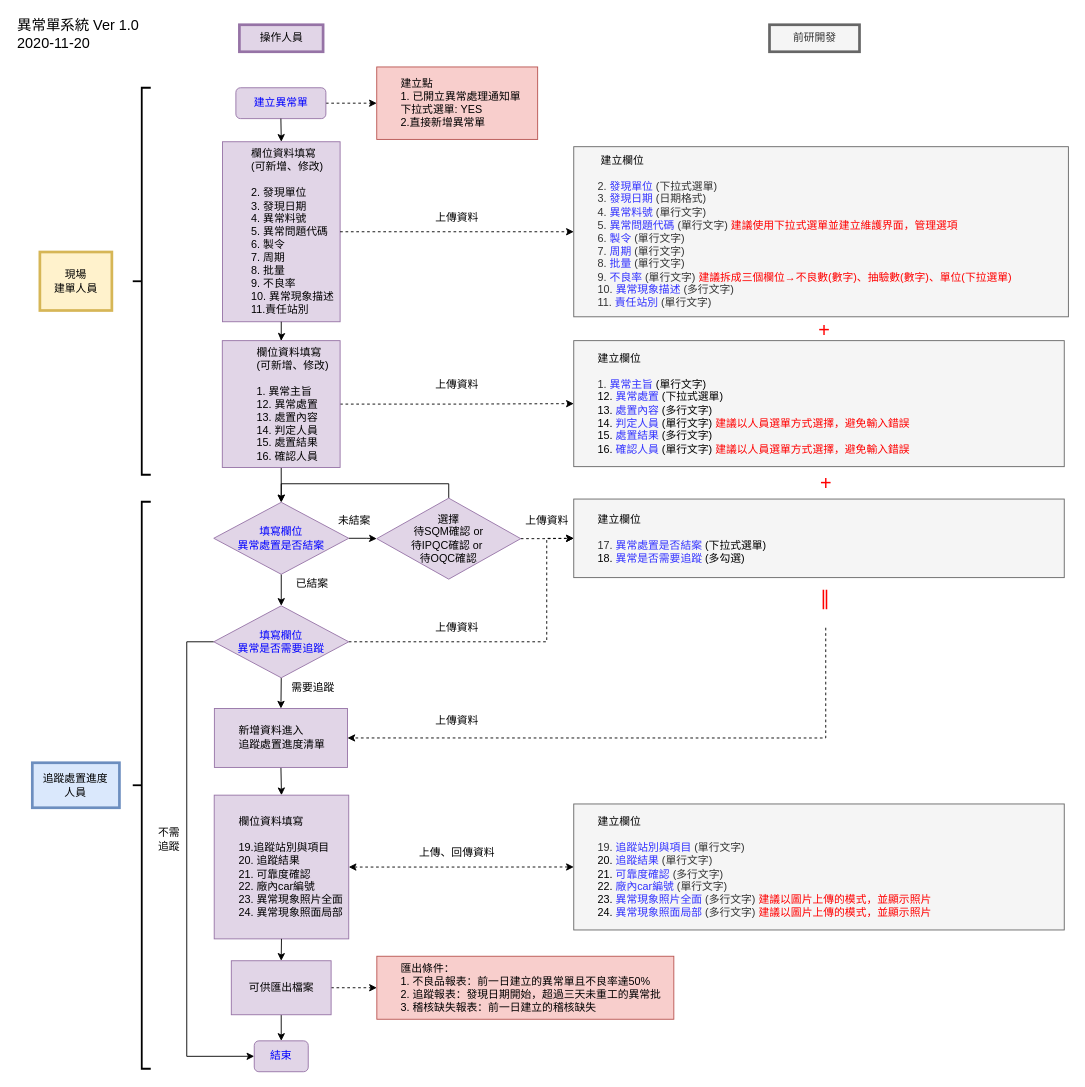
Before: 20201120.drawio in tinalolo/drowio, a draw.io diagram. Source tidied: cells renumbered, new cells numbered last; positions are measured from the earlier drawing's top-left corner, leaving out a move shared by most shapes. Both pictures are drawn from the tidied source at 90%, with x=0, y=0 at pixel (15, 15).
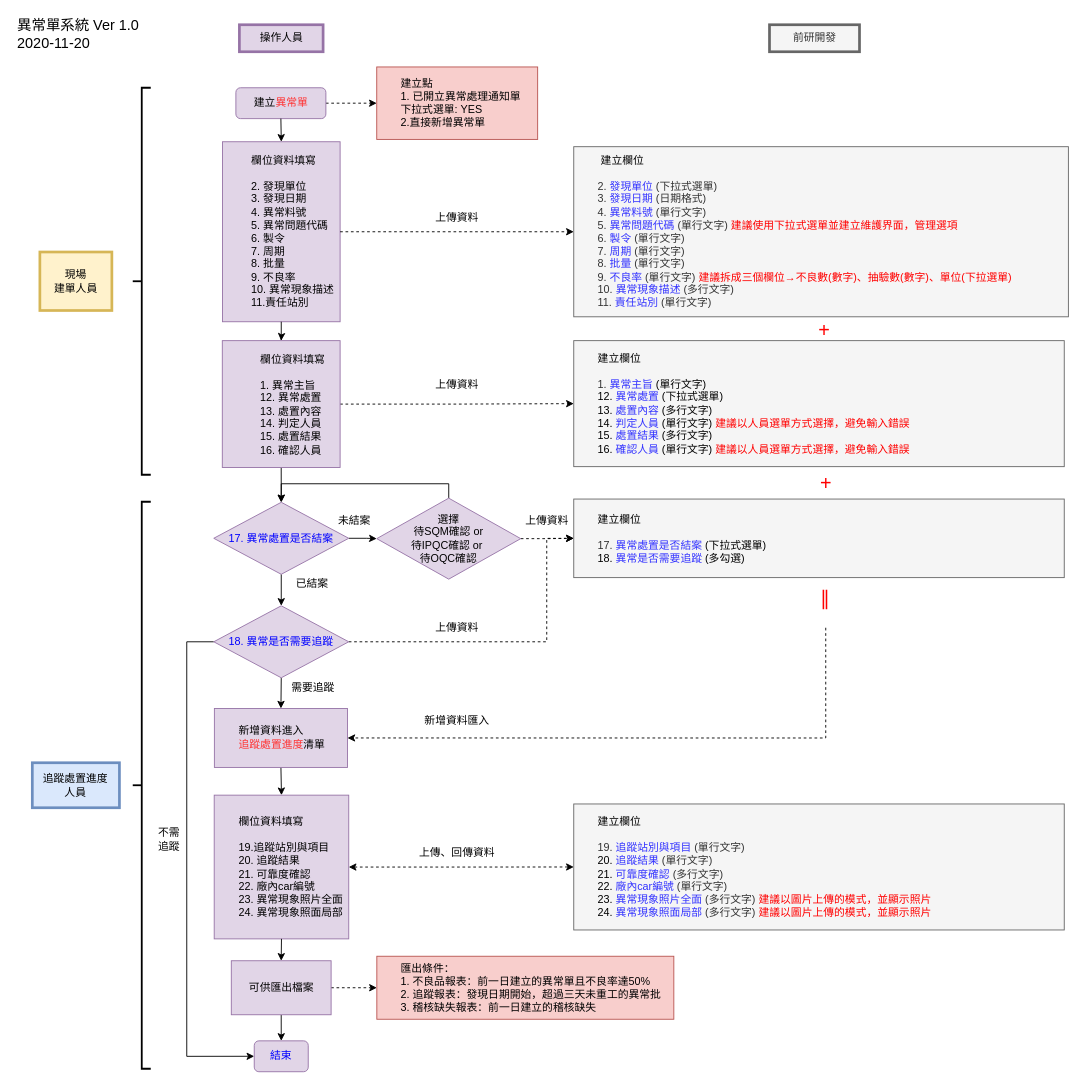
The same diagram, later.

Change to the diagram source:
```diff
@@
-    <mxCell id="9" value="&lt;font color=&quot;#0000ff&quot;&gt;建立異常單&lt;/font&gt;" style="rounded=1;whiteSpace=wrap;html=1;strokeColor=#9673a6;strokeWidth=1;align=center;fillColor=#e1d5e7;" parent="1" vertex="1">
+    <mxCell id="9" value="建立&lt;font color=&quot;#ff3333&quot;&gt;異常單&lt;/font&gt;" style="rounded=1;whiteSpace=wrap;html=1;strokeColor=#9673a6;strokeWidth=1;align=center;fillColor=#e1d5e7;" parent="1" vertex="1">
       <mxGeometry x="244.6" y="80" width="100" height="34.3" as="geometry" />
     </mxCell>
@@
-    <mxCell id="12" value="&lt;blockquote style=&quot;margin: 0 0 0 40px ; border: none ; padding: 0px&quot;&gt;&lt;span style=&quot;white-space: nowrap&quot;&gt;新增資料進入&lt;br&gt;追蹤處置進度清單&lt;br&gt;&lt;/span&gt;&lt;/blockquote&gt;" style="rounded=0;whiteSpace=wrap;html=1;align=left;labelBorderColor=none;fillColor=#e1d5e7;strokeColor=#9673a6;spacingLeft=-15;" parent="1" vertex="1">
+    <mxCell id="12" value="&lt;blockquote style=&quot;margin: 0 0 0 40px ; border: none ; padding: 0px&quot;&gt;&lt;span style=&quot;white-space: nowrap&quot;&gt;新增資料進入&lt;br&gt;&lt;font color=&quot;#ff3333&quot;&gt;追蹤處置進度&lt;/font&gt;清單&lt;br&gt;&lt;/span&gt;&lt;/blockquote&gt;" style="rounded=0;whiteSpace=wrap;html=1;align=left;labelBorderColor=none;fillColor=#e1d5e7;strokeColor=#9673a6;spacingLeft=-15;" parent="1" vertex="1">
       <mxGeometry x="220.7" y="769.7" width="147.9" height="65.5" as="geometry" />
     </mxCell>
-    <mxCell id="13" value="&lt;blockquote style=&quot;margin: 0 0 0 40px ; border: none ; padding: 0px&quot;&gt;&lt;div style=&quot;text-align: left&quot;&gt;&lt;span&gt;欄位資料填寫&lt;/span&gt;&lt;/div&gt;&lt;div style=&quot;text-align: left&quot;&gt;&lt;span&gt;(可新增、修改)&lt;/span&gt;&lt;/div&gt;&lt;div style=&quot;text-align: left&quot;&gt;&lt;span&gt;&lt;br&gt;&lt;/span&gt;&lt;/div&gt;&lt;div style=&quot;text-align: left&quot;&gt;&lt;span&gt;2. 發現單位&lt;/span&gt;&lt;/div&gt;&lt;div style=&quot;text-align: left&quot;&gt;&lt;span&gt;3. 發現日期&lt;/span&gt;&lt;/div&gt;&lt;div style=&quot;text-align: left&quot;&gt;&lt;span&gt;4. 異常料號&lt;/span&gt;&lt;/div&gt;&lt;div style=&quot;text-align: left&quot;&gt;&lt;span&gt;5. 異常問題代碼&lt;/span&gt;&lt;/div&gt;&lt;div style=&quot;text-align: left&quot;&gt;&lt;span&gt;6. 製令&lt;/span&gt;&lt;/div&gt;&lt;div style=&quot;text-align: left&quot;&gt;&lt;span&gt;7. 周期&lt;/span&gt;&lt;/div&gt;&lt;div style=&quot;text-align: left&quot;&gt;&lt;span&gt;8. 批量&lt;/span&gt;&lt;/div&gt;&lt;div style=&quot;text-align: left&quot;&gt;&lt;span&gt;9. 不良率&lt;/span&gt;&lt;/div&gt;&lt;div style=&quot;text-align: left&quot;&gt;&lt;span&gt;10. 異常現象描述&lt;/span&gt;&lt;/div&gt;&lt;div style=&quot;text-align: left&quot;&gt;&lt;span&gt;11.責任站別&lt;/span&gt;&lt;/div&gt;&lt;/blockquote&gt;" style="rounded=0;whiteSpace=wrap;html=1;align=center;labelBorderColor=none;fillColor=#e1d5e7;strokeColor=#9673a6;spacingLeft=-15;" parent="1" vertex="1">
+    <mxCell id="13" value="&lt;blockquote style=&quot;margin: 0 0 0 40px ; border: none ; padding: 0px&quot;&gt;&lt;div style=&quot;text-align: left&quot;&gt;&lt;span&gt;欄位資料填寫&lt;/span&gt;&lt;/div&gt;&lt;div style=&quot;text-align: left&quot;&gt;&lt;br&gt;&lt;/div&gt;&lt;div style=&quot;text-align: left&quot;&gt;&lt;span&gt;2. 發現單位&lt;/span&gt;&lt;/div&gt;&lt;div style=&quot;text-align: left&quot;&gt;&lt;span&gt;3. 發現日期&lt;/span&gt;&lt;/div&gt;&lt;div style=&quot;text-align: left&quot;&gt;&lt;span&gt;4. 異常料號&lt;/span&gt;&lt;/div&gt;&lt;div style=&quot;text-align: left&quot;&gt;&lt;span&gt;5. 異常問題代碼&lt;/span&gt;&lt;/div&gt;&lt;div style=&quot;text-align: left&quot;&gt;&lt;span&gt;6. 製令&lt;/span&gt;&lt;/div&gt;&lt;div style=&quot;text-align: left&quot;&gt;&lt;span&gt;7. 周期&lt;/span&gt;&lt;/div&gt;&lt;div style=&quot;text-align: left&quot;&gt;&lt;span&gt;8. 批量&lt;/span&gt;&lt;/div&gt;&lt;div style=&quot;text-align: left&quot;&gt;&lt;span&gt;9. 不良率&lt;/span&gt;&lt;/div&gt;&lt;div style=&quot;text-align: left&quot;&gt;&lt;span&gt;10. 異常現象描述&lt;/span&gt;&lt;/div&gt;&lt;div style=&quot;text-align: left&quot;&gt;&lt;span&gt;11.責任站別&lt;/span&gt;&lt;/div&gt;&lt;/blockquote&gt;" style="rounded=0;whiteSpace=wrap;html=1;align=center;labelBorderColor=none;fillColor=#e1d5e7;strokeColor=#9673a6;spacingLeft=-15;" parent="1" vertex="1">
       <mxGeometry x="229.7" y="140" width="130.7" height="200" as="geometry" />
     </mxCell>
@@
-    <mxCell id="20" value="&lt;span style=&quot;color: rgb(0 , 0 , 255)&quot;&gt;填寫欄位&lt;br&gt;異常處置是否結案&lt;/span&gt;" style="rhombus;whiteSpace=wrap;html=1;fillColor=#e1d5e7;strokeColor=#9673a6;" parent="1" vertex="1">
+    <mxCell id="20" value="&lt;span style=&quot;color: rgb(0 , 0 , 255)&quot;&gt;17. 異常處置是否結案&lt;/span&gt;" style="rhombus;whiteSpace=wrap;html=1;fillColor=#e1d5e7;strokeColor=#9673a6;" parent="1" vertex="1">
       <mxGeometry x="220" y="540.6" width="150" height="80" as="geometry" />
     </mxCell>
@@
-    <mxCell id="25" value="&lt;span style=&quot;color: rgb(0 , 0 , 255)&quot;&gt;填寫欄位&lt;br&gt;異常是否需要追蹤&lt;/span&gt;" style="rhombus;whiteSpace=wrap;html=1;fillColor=#e1d5e7;strokeColor=#9673a6;" parent="1" vertex="1">
+    <mxCell id="25" value="&lt;span style=&quot;color: rgb(0 , 0 , 255)&quot;&gt;18. 異常是否需要追蹤&lt;/span&gt;" style="rhombus;whiteSpace=wrap;html=1;fillColor=#e1d5e7;strokeColor=#9673a6;" parent="1" vertex="1">
       <mxGeometry x="220" y="655.6" width="150" height="80" as="geometry" />
     </mxCell>
@@
-    <mxCell id="41" value="上傳資料" style="text;html=1;align=center;verticalAlign=middle;fontColor=#000000;" parent="1" vertex="1">
-      <mxGeometry x="460" y="772.7" width="60" height="20" as="geometry" />
+    <mxCell id="41" value="新增資料匯入" style="text;html=1;align=center;verticalAlign=middle;fontColor=#000000;" parent="1" vertex="1">
+      <mxGeometry x="445" y="772.7" width="90" height="20" as="geometry" />
     </mxCell>
@@
-    <mxCell id="45" value="&lt;blockquote style=&quot;margin: 0 0 0 40px ; border: none ; padding: 0px&quot;&gt;&lt;div style=&quot;text-align: left&quot;&gt;&lt;span&gt;欄位資料填寫&lt;/span&gt;&lt;/div&gt;&lt;div style=&quot;text-align: left&quot;&gt;&lt;span&gt;(可新增、修改)&lt;/span&gt;&lt;/div&gt;&lt;div style=&quot;text-align: left&quot;&gt;&lt;span&gt;&lt;br&gt;&lt;/span&gt;&lt;/div&gt;&lt;div style=&quot;text-align: left&quot;&gt;&lt;span&gt;1. 異常主旨&lt;/span&gt;&lt;/div&gt;&lt;div style=&quot;text-align: left&quot;&gt;&lt;span&gt;12. 異常處置&lt;/span&gt;&lt;/div&gt;&lt;div style=&quot;text-align: left&quot;&gt;&lt;span&gt;13. 處置內容&lt;/span&gt;&lt;/div&gt;&lt;div style=&quot;text-align: left&quot;&gt;&lt;span&gt;14. 判定人員&lt;/span&gt;&lt;/div&gt;&lt;div style=&quot;text-align: left&quot;&gt;&lt;span&gt;15. 處置結果&lt;/span&gt;&lt;/div&gt;&lt;div style=&quot;text-align: left&quot;&gt;&lt;span&gt;16. 確認人員&lt;/span&gt;&lt;/div&gt;&lt;/blockquote&gt;" style="rounded=0;whiteSpace=wrap;html=1;align=center;labelBorderColor=none;fillColor=#e1d5e7;strokeColor=#9673a6;spacingLeft=-15;" parent="1" vertex="1">
+    <mxCell id="45" value="&lt;blockquote style=&quot;margin: 0 0 0 40px ; border: none ; padding: 0px&quot;&gt;&lt;div style=&quot;text-align: left&quot;&gt;&lt;span&gt;欄位資料填寫&lt;/span&gt;&lt;/div&gt;&lt;div style=&quot;text-align: left&quot;&gt;&lt;br&gt;&lt;/div&gt;&lt;div style=&quot;text-align: left&quot;&gt;&lt;span&gt;1. 異常主旨&lt;/span&gt;&lt;/div&gt;&lt;div style=&quot;text-align: left&quot;&gt;&lt;span&gt;12. 異常處置&lt;/span&gt;&lt;/div&gt;&lt;div style=&quot;text-align: left&quot;&gt;&lt;span&gt;13. 處置內容&lt;/span&gt;&lt;/div&gt;&lt;div style=&quot;text-align: left&quot;&gt;&lt;span&gt;14. 判定人員&lt;/span&gt;&lt;/div&gt;&lt;div style=&quot;text-align: left&quot;&gt;&lt;span&gt;15. 處置結果&lt;/span&gt;&lt;/div&gt;&lt;div style=&quot;text-align: left&quot;&gt;&lt;span&gt;16. 確認人員&lt;/span&gt;&lt;/div&gt;&lt;/blockquote&gt;" style="rounded=0;whiteSpace=wrap;html=1;align=center;labelBorderColor=none;fillColor=#e1d5e7;strokeColor=#9673a6;spacingLeft=-15;" parent="1" vertex="1">
       <mxGeometry x="229.5" y="361" width="130.9" height="141" as="geometry" />
     </mxCell>
```
